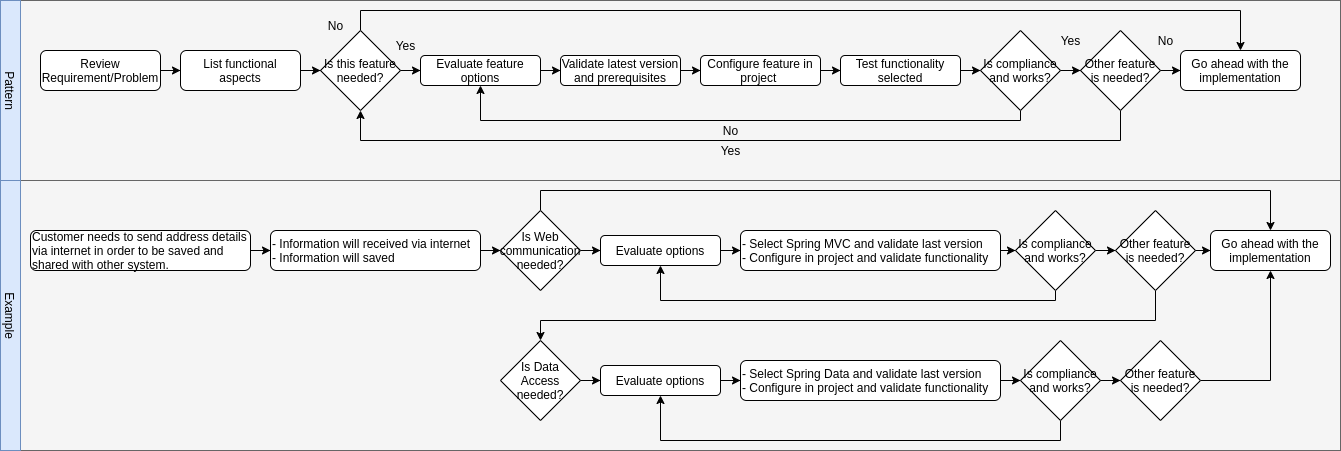
edgarUser/ideation keeps this draw.io diagram as docs/images/ideation-technology-selection.png. Above is the earlier version. Source tidied: cells renumbered, new cells last; positions are measured from the earlier drawing's top-left corner, leaving out a move shared by most shapes. Source of this version:
```xml
<mxGraphModel>
  <root>
    <mxCell id="0" />
    <mxCell id="1" parent="0" />
    <mxCell id="2" style="rounded=0;whiteSpace=wrap;html=1;fillColor=#f5f5f5;strokeColor=#666666;fontColor=#333333;" parent="1" vertex="1">
      <mxGeometry x="40" width="1320" height="180" as="geometry" />
    </mxCell>
    <mxCell id="3" style="rounded=0;whiteSpace=wrap;html=1;fillColor=#f5f5f5;strokeColor=#666666;fontColor=#333333;" parent="1" vertex="1">
      <mxGeometry x="40" y="180" width="1320" height="270" as="geometry" />
    </mxCell>
    <mxCell id="4" style="edgeStyle=orthogonalEdgeStyle;rounded=0;jettySize=auto;html=1;" parent="1" edge="1" source="5" target="13">
      <mxGeometry relative="1" as="geometry" />
    </mxCell>
    <mxCell id="5" value="Review Requirement/Problem" style="rounded=1;whiteSpace=wrap;html=1;" parent="1" vertex="1">
      <mxGeometry x="60" y="50" width="120" height="40" as="geometry" />
    </mxCell>
    <mxCell id="6" style="edgeStyle=orthogonalEdgeStyle;rounded=0;jettySize=auto;html=1;" parent="1" edge="1" source="8" target="25">
      <mxGeometry relative="1" as="geometry" />
    </mxCell>
    <mxCell id="7" style="edgeStyle=orthogonalEdgeStyle;rounded=0;jettySize=auto;html=1;entryX=0.5;entryY=0;entryDx=0;entryDy=0;" parent="1" edge="1" source="8" target="29">
      <mxGeometry relative="1" as="geometry">
        <Array as="points">
          <mxPoint x="380" y="10" />
          <mxPoint x="1260" y="10" />
        </Array>
      </mxGeometry>
    </mxCell>
    <mxCell id="8" value="Is this feature needed?" style="rhombus;whiteSpace=wrap;html=1;" parent="1" vertex="1">
      <mxGeometry x="340" y="30" width="80" height="80" as="geometry" />
    </mxCell>
    <mxCell id="9" style="edgeStyle=orthogonalEdgeStyle;rounded=0;jettySize=auto;html=1;entryX=0;entryY=0.5;entryDx=0;entryDy=0;" parent="1" edge="1" source="11" target="29">
      <mxGeometry relative="1" as="geometry" />
    </mxCell>
    <mxCell id="10" style="edgeStyle=orthogonalEdgeStyle;rounded=0;jettySize=auto;html=1;entryX=0.5;entryY=1;entryDx=0;entryDy=0;" parent="1" edge="1" source="11" target="8">
      <mxGeometry relative="1" as="geometry">
        <Array as="points">
          <mxPoint x="1140" y="140" />
          <mxPoint x="380" y="140" />
        </Array>
      </mxGeometry>
    </mxCell>
    <mxCell id="11" value="Other feature is needed?" style="rhombus;whiteSpace=wrap;html=1;" parent="1" vertex="1">
      <mxGeometry x="1100" y="30" width="80" height="80" as="geometry" />
    </mxCell>
    <mxCell id="12" style="edgeStyle=orthogonalEdgeStyle;rounded=0;jettySize=auto;html=1;" parent="1" edge="1" source="13" target="8">
      <mxGeometry relative="1" as="geometry" />
    </mxCell>
    <mxCell id="13" value="List functional aspects" style="rounded=1;whiteSpace=wrap;html=1;" parent="1" vertex="1">
      <mxGeometry x="200" y="50" width="120" height="40" as="geometry" />
    </mxCell>
    <mxCell id="14" style="edgeStyle=orthogonalEdgeStyle;rounded=0;jettySize=auto;html=1;" parent="1" edge="1" source="15" target="46">
      <mxGeometry relative="1" as="geometry" />
    </mxCell>
    <mxCell id="15" value="- Information will received via internet&lt;br&gt;- Information will saved" style="rounded=1;whiteSpace=wrap;html=1;align=left;" parent="1" vertex="1">
      <mxGeometry x="290" y="230" width="210" height="40" as="geometry" />
    </mxCell>
    <mxCell id="16" style="edgeStyle=orthogonalEdgeStyle;rounded=0;jettySize=auto;html=1;" parent="1" edge="1" source="17" target="15">
      <mxGeometry relative="1" as="geometry" />
    </mxCell>
    <mxCell id="17" value="Customer needs to send address details via internet in order to be saved and shared with other system.&amp;nbsp;" style="rounded=1;whiteSpace=wrap;html=1;align=left;" parent="1" vertex="1">
      <mxGeometry x="50" y="230" width="220" height="40" as="geometry" />
    </mxCell>
    <mxCell id="18" style="edgeStyle=orthogonalEdgeStyle;rounded=0;jettySize=auto;html=1;" parent="1" edge="1" source="19" target="23">
      <mxGeometry relative="1" as="geometry" />
    </mxCell>
    <mxCell id="19" value="Configure feature in project&amp;nbsp;" style="rounded=1;whiteSpace=wrap;html=1;" parent="1" vertex="1">
      <mxGeometry x="720" y="55" width="120" height="30" as="geometry" />
    </mxCell>
    <mxCell id="20" style="edgeStyle=orthogonalEdgeStyle;rounded=0;jettySize=auto;html=1;" parent="1" edge="1" source="21" target="19">
      <mxGeometry relative="1" as="geometry" />
    </mxCell>
    <mxCell id="21" value="Validate latest version and prerequisites" style="rounded=1;whiteSpace=wrap;html=1;" parent="1" vertex="1">
      <mxGeometry x="580" y="55" width="120" height="30" as="geometry" />
    </mxCell>
    <mxCell id="22" style="edgeStyle=orthogonalEdgeStyle;rounded=0;jettySize=auto;html=1;entryX=0;entryY=0.5;entryDx=0;entryDy=0;" parent="1" edge="1" source="23" target="28">
      <mxGeometry relative="1" as="geometry" />
    </mxCell>
    <mxCell id="23" value="Test functionality selected" style="rounded=1;whiteSpace=wrap;html=1;" parent="1" vertex="1">
      <mxGeometry x="860" y="55" width="120" height="30" as="geometry" />
    </mxCell>
    <mxCell id="24" style="edgeStyle=orthogonalEdgeStyle;rounded=0;jettySize=auto;html=1;" parent="1" edge="1" source="25" target="21">
      <mxGeometry relative="1" as="geometry" />
    </mxCell>
    <mxCell id="25" value="Evaluate feature options" style="rounded=1;whiteSpace=wrap;html=1;" parent="1" vertex="1">
      <mxGeometry x="440" y="55" width="120" height="30" as="geometry" />
    </mxCell>
    <mxCell id="26" style="edgeStyle=orthogonalEdgeStyle;rounded=0;jettySize=auto;html=1;entryX=0.5;entryY=1;entryDx=0;entryDy=0;" parent="1" edge="1" source="28" target="25">
      <mxGeometry relative="1" as="geometry">
        <Array as="points">
          <mxPoint x="1040" y="120" />
          <mxPoint x="500" y="120" />
        </Array>
      </mxGeometry>
    </mxCell>
    <mxCell id="27" style="edgeStyle=orthogonalEdgeStyle;rounded=0;jettySize=auto;html=1;" parent="1" edge="1" source="28" target="11">
      <mxGeometry relative="1" as="geometry" />
    </mxCell>
    <mxCell id="28" value="Is compliance and works?" style="rhombus;whiteSpace=wrap;html=1;" parent="1" vertex="1">
      <mxGeometry x="1000" y="30" width="80" height="80" as="geometry" />
    </mxCell>
    <mxCell id="29" value="Go ahead with the implementation" style="rounded=1;whiteSpace=wrap;html=1;" parent="1" vertex="1">
      <mxGeometry x="1200" y="50" width="120" height="40" as="geometry" />
    </mxCell>
    <mxCell id="30" value="Yes" style="text;html=1;align=center;verticalAlign=middle;strokeColor=none;fillColor=none;" parent="1" vertex="1">
      <mxGeometry x="405" y="35" width="40" height="20" as="geometry" />
    </mxCell>
    <mxCell id="31" value="Yes" style="text;html=1;align=center;verticalAlign=middle;strokeColor=none;fillColor=none;" parent="1" vertex="1">
      <mxGeometry x="1070" y="30" width="40" height="20" as="geometry" />
    </mxCell>
    <mxCell id="32" value="Yes" style="text;html=1;align=center;verticalAlign=middle;strokeColor=none;fillColor=none;" parent="1" vertex="1">
      <mxGeometry x="730" y="140" width="40" height="20" as="geometry" />
    </mxCell>
    <mxCell id="33" value="No" style="text;html=1;align=center;verticalAlign=middle;strokeColor=none;fillColor=none;" parent="1" vertex="1">
      <mxGeometry x="735" y="120" width="30" height="20" as="geometry" />
    </mxCell>
    <mxCell id="34" style="edgeStyle=orthogonalEdgeStyle;rounded=0;jettySize=auto;html=1;" parent="1" edge="1" source="35" target="58">
      <mxGeometry relative="1" as="geometry" />
    </mxCell>
    <mxCell id="35" value="Is Data Access needed?" style="rhombus;whiteSpace=wrap;html=1;" parent="1" vertex="1">
      <mxGeometry x="520" y="340" width="80" height="80" as="geometry" />
    </mxCell>
    <mxCell id="36" style="edgeStyle=orthogonalEdgeStyle;rounded=0;jettySize=auto;html=1;" parent="1" edge="1" source="37" target="40">
      <mxGeometry relative="1" as="geometry" />
    </mxCell>
    <mxCell id="37" value="- Select Spring MVC and validate last version&lt;br&gt;- Configure in project and validate functionality" style="rounded=1;whiteSpace=wrap;html=1;align=left;" parent="1" vertex="1">
      <mxGeometry x="760" y="230" width="260" height="40" as="geometry" />
    </mxCell>
    <mxCell id="38" style="edgeStyle=orthogonalEdgeStyle;rounded=0;jettySize=auto;html=1;" parent="1" edge="1" source="40" target="43">
      <mxGeometry relative="1" as="geometry" />
    </mxCell>
    <mxCell id="39" style="edgeStyle=orthogonalEdgeStyle;rounded=0;jettySize=auto;html=1;entryX=0.5;entryY=1;entryDx=0;entryDy=0;" parent="1" edge="1" source="40" target="56">
      <mxGeometry relative="1" as="geometry">
        <Array as="points">
          <mxPoint x="1075" y="300" />
          <mxPoint x="680" y="300" />
        </Array>
      </mxGeometry>
    </mxCell>
    <mxCell id="40" value="Is compliance and works?" style="rhombus;whiteSpace=wrap;html=1;" parent="1" vertex="1">
      <mxGeometry x="1035" y="210" width="80" height="80" as="geometry" />
    </mxCell>
    <mxCell id="41" style="edgeStyle=orthogonalEdgeStyle;rounded=0;jettySize=auto;html=1;" parent="1" edge="1" source="43" target="51">
      <mxGeometry relative="1" as="geometry" />
    </mxCell>
    <mxCell id="42" style="edgeStyle=orthogonalEdgeStyle;rounded=0;jettySize=auto;html=1;" parent="1" edge="1" source="43" target="35">
      <mxGeometry relative="1" as="geometry">
        <Array as="points">
          <mxPoint x="1175" y="320" />
          <mxPoint x="560" y="320" />
        </Array>
      </mxGeometry>
    </mxCell>
    <mxCell id="43" value="Other feature is needed?" style="rhombus;whiteSpace=wrap;html=1;" parent="1" vertex="1">
      <mxGeometry x="1135" y="210" width="80" height="80" as="geometry" />
    </mxCell>
    <mxCell id="44" style="edgeStyle=orthogonalEdgeStyle;rounded=0;jettySize=auto;html=1;" parent="1" edge="1" source="46" target="56">
      <mxGeometry relative="1" as="geometry" />
    </mxCell>
    <mxCell id="45" style="edgeStyle=orthogonalEdgeStyle;rounded=0;jettySize=auto;html=1;entryX=0.5;entryY=0;entryDx=0;entryDy=0;" parent="1" edge="1" source="46" target="51">
      <mxGeometry relative="1" as="geometry">
        <Array as="points">
          <mxPoint x="560" y="190" />
          <mxPoint x="1290" y="190" />
        </Array>
      </mxGeometry>
    </mxCell>
    <mxCell id="46" value="Is Web communication needed?" style="rhombus;whiteSpace=wrap;html=1;" parent="1" vertex="1">
      <mxGeometry x="520" y="210" width="80" height="80" as="geometry" />
    </mxCell>
    <mxCell id="47" style="edgeStyle=orthogonalEdgeStyle;rounded=0;jettySize=auto;html=1;" parent="1" edge="1" source="48" target="54">
      <mxGeometry relative="1" as="geometry" />
    </mxCell>
    <mxCell id="48" value="- Select Spring Data and validate last version&lt;br&gt;- Configure in project and validate functionality" style="rounded=1;whiteSpace=wrap;html=1;align=left;" parent="1" vertex="1">
      <mxGeometry x="760" y="360" width="260" height="40" as="geometry" />
    </mxCell>
    <mxCell id="49" value="No" style="text;html=1;align=center;verticalAlign=middle;strokeColor=none;fillColor=none;" parent="1" vertex="1">
      <mxGeometry x="340" y="15" width="30" height="20" as="geometry" />
    </mxCell>
    <mxCell id="50" value="No" style="text;html=1;align=center;verticalAlign=middle;strokeColor=none;fillColor=none;" parent="1" vertex="1">
      <mxGeometry x="1170" y="30" width="30" height="20" as="geometry" />
    </mxCell>
    <mxCell id="51" value="Go ahead with the implementation" style="rounded=1;whiteSpace=wrap;html=1;" parent="1" vertex="1">
      <mxGeometry x="1230" y="230" width="120" height="40" as="geometry" />
    </mxCell>
    <mxCell id="52" style="edgeStyle=orthogonalEdgeStyle;rounded=0;jettySize=auto;html=1;" parent="1" edge="1" source="54" target="60">
      <mxGeometry relative="1" as="geometry" />
    </mxCell>
    <mxCell id="53" style="edgeStyle=orthogonalEdgeStyle;rounded=0;jettySize=auto;html=1;entryX=0.5;entryY=1;entryDx=0;entryDy=0;" parent="1" edge="1" source="54" target="58">
      <mxGeometry relative="1" as="geometry">
        <Array as="points">
          <mxPoint x="1080" y="440" />
          <mxPoint x="680" y="440" />
        </Array>
      </mxGeometry>
    </mxCell>
    <mxCell id="54" value="Is compliance and works?" style="rhombus;whiteSpace=wrap;html=1;" parent="1" vertex="1">
      <mxGeometry x="1040" y="340" width="80" height="80" as="geometry" />
    </mxCell>
    <mxCell id="55" style="edgeStyle=orthogonalEdgeStyle;rounded=0;jettySize=auto;html=1;" parent="1" edge="1" source="56" target="37">
      <mxGeometry relative="1" as="geometry" />
    </mxCell>
    <mxCell id="56" value="Evaluate options" style="rounded=1;whiteSpace=wrap;html=1;" parent="1" vertex="1">
      <mxGeometry x="620" y="235" width="120" height="30" as="geometry" />
    </mxCell>
    <mxCell id="57" style="edgeStyle=orthogonalEdgeStyle;rounded=0;jettySize=auto;html=1;" parent="1" edge="1" source="58" target="48">
      <mxGeometry relative="1" as="geometry" />
    </mxCell>
    <mxCell id="58" value="Evaluate options" style="rounded=1;whiteSpace=wrap;html=1;" parent="1" vertex="1">
      <mxGeometry x="620" y="365" width="120" height="30" as="geometry" />
    </mxCell>
    <mxCell id="59" style="edgeStyle=orthogonalEdgeStyle;rounded=0;jettySize=auto;html=1;entryX=0.5;entryY=1;entryDx=0;entryDy=0;" parent="1" edge="1" source="60" target="51">
      <mxGeometry relative="1" as="geometry" />
    </mxCell>
    <mxCell id="60" value="Other feature is needed?" style="rhombus;whiteSpace=wrap;html=1;" parent="1" vertex="1">
      <mxGeometry x="1140" y="340" width="80" height="80" as="geometry" />
    </mxCell>
    <mxCell id="61" style="rounded=0;whiteSpace=wrap;html=1;fillColor=#dae8fc;strokeColor=#6c8ebf;" parent="1" vertex="1">
      <mxGeometry x="20" width="20" height="180" as="geometry" />
    </mxCell>
    <mxCell id="62" style="rounded=0;whiteSpace=wrap;html=1;fillColor=#dae8fc;strokeColor=#6c8ebf;" parent="1" vertex="1">
      <mxGeometry x="20" y="180" width="20" height="270" as="geometry" />
    </mxCell>
    <mxCell id="63" value="Pattern" style="text;html=1;align=center;verticalAlign=middle;strokeColor=none;fillColor=none;rotation=90;" parent="1" vertex="1">
      <mxGeometry x="5" y="80" width="50" height="20" as="geometry" />
    </mxCell>
    <mxCell id="64" value="Example" style="text;html=1;align=center;verticalAlign=middle;strokeColor=none;fillColor=none;rotation=90;" parent="1" vertex="1">
      <mxGeometry y="305" width="60" height="20" as="geometry" />
    </mxCell>
  </root>
</mxGraphModel>
```
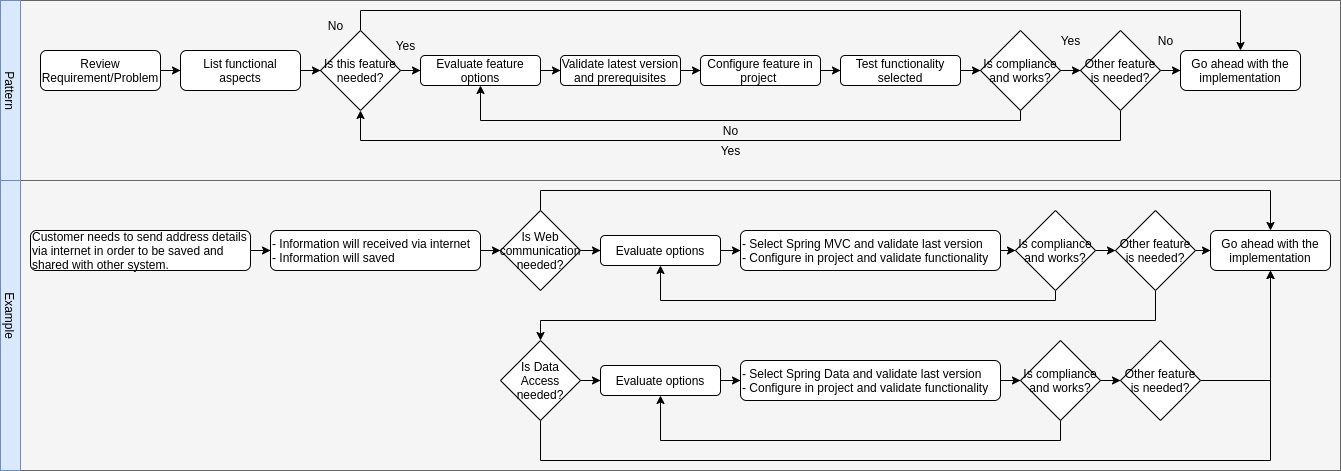
After the commit.

Commit message:
Adding technology selection

Change to the diagram source:
```diff
@@ -6,7 +6,7 @@
       <mxGeometry x="40" width="1320" height="180" as="geometry" />
     </mxCell>
     <mxCell id="3" style="rounded=0;whiteSpace=wrap;html=1;fillColor=#f5f5f5;strokeColor=#666666;fontColor=#333333;" parent="1" vertex="1">
-      <mxGeometry x="40" y="180" width="1320" height="270" as="geometry" />
+      <mxGeometry x="40" y="180" width="1320" height="290" as="geometry" />
     </mxCell>
     <mxCell id="4" style="edgeStyle=orthogonalEdgeStyle;rounded=0;jettySize=auto;html=1;" parent="1" edge="1" source="5" target="13">
       <mxGeometry relative="1" as="geometry" />
@@ -116,6 +116,14 @@
     <mxCell id="34" style="edgeStyle=orthogonalEdgeStyle;rounded=0;jettySize=auto;html=1;" parent="1" edge="1" source="35" target="58">
       <mxGeometry relative="1" as="geometry" />
     </mxCell>
+    <mxCell id="65" style="edgeStyle=orthogonalEdgeStyle;rounded=0;jettySize=auto;html=1;entryX=0.5;entryY=1;entryDx=0;entryDy=0;" parent="1" edge="1" source="35" target="51">
+      <mxGeometry relative="1" as="geometry">
+        <Array as="points">
+          <mxPoint x="560" y="460" />
+          <mxPoint x="1290" y="460" />
+        </Array>
+      </mxGeometry>
+    </mxCell>
     <mxCell id="35" value="Is Data Access needed?" style="rhombus;whiteSpace=wrap;html=1;" parent="1" vertex="1">
       <mxGeometry x="520" y="340" width="80" height="80" as="geometry" />
     </mxCell>
@@ -218,7 +226,7 @@
       <mxGeometry x="20" width="20" height="180" as="geometry" />
     </mxCell>
     <mxCell id="62" style="rounded=0;whiteSpace=wrap;html=1;fillColor=#dae8fc;strokeColor=#6c8ebf;" parent="1" vertex="1">
-      <mxGeometry x="20" y="180" width="20" height="270" as="geometry" />
+      <mxGeometry x="20" y="180" width="20" height="290" as="geometry" />
     </mxCell>
     <mxCell id="63" value="Pattern" style="text;html=1;align=center;verticalAlign=middle;strokeColor=none;fillColor=none;rotation=90;" parent="1" vertex="1">
       <mxGeometry x="5" y="80" width="50" height="20" as="geometry" />
```
